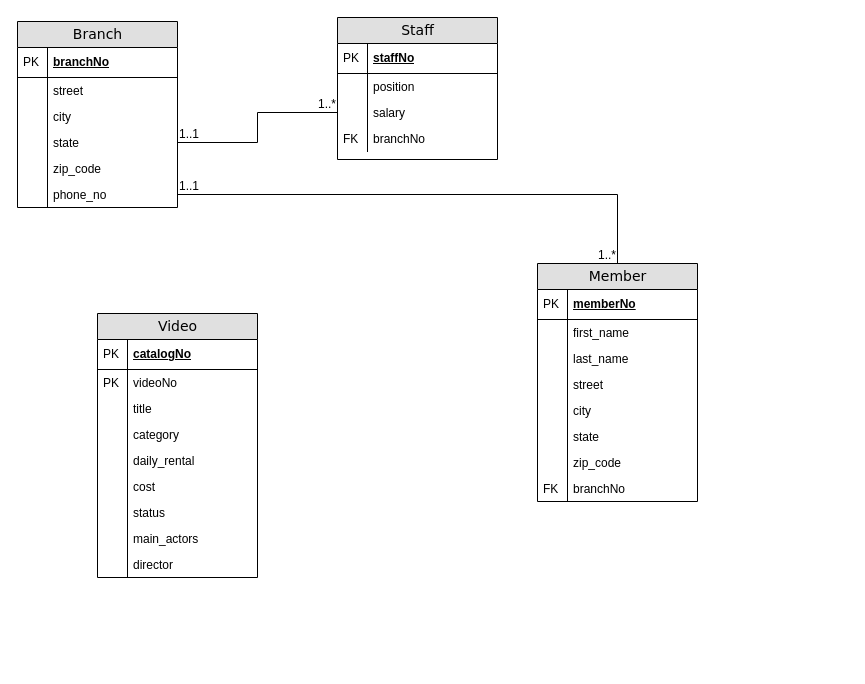
Before: 6623_phase1.drawio in jilv220/UMLs, a draw.io diagram. Source tidied: cells renumbered, new cells numbered last; positions are measured from the earlier drawing's top-left corner, leaving out a move shared by most shapes. Both pictures are drawn from the tidied source at 100%, with x=0, y=0 at pixel (17, 17).
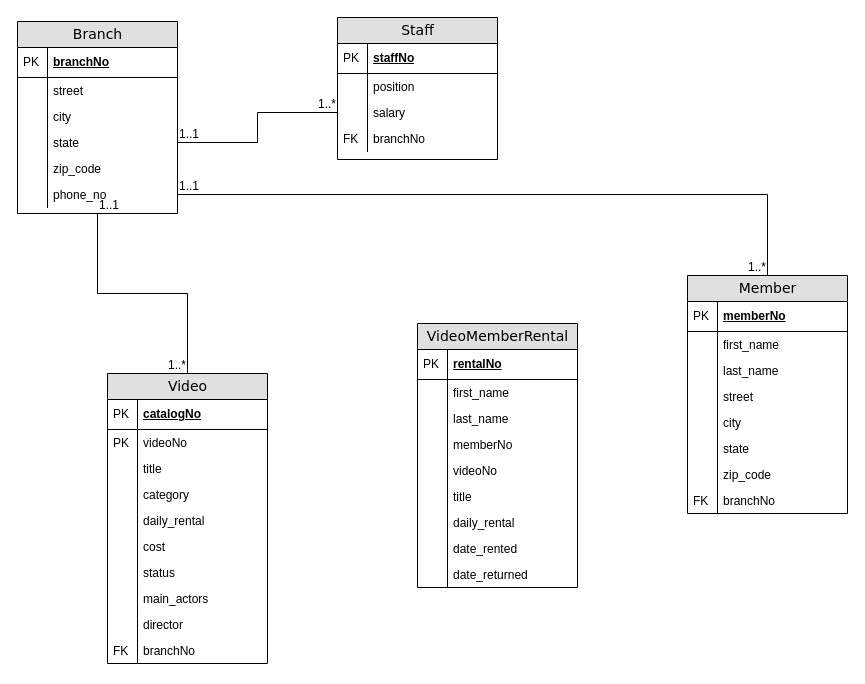
The same page after the edit.

The edit, as a diff of the source:
```diff
@@
     <mxCell id="2" value="Branch" style="swimlane;html=1;fontStyle=0;horizontal=1;startSize=26;fillColor=#e0e0e0;swimlaneFillColor=#ffffff;align=center;rounded=0;shadow=0;comic=0;labelBackgroundColor=none;strokeWidth=1;fontFamily=Verdana;fontSize=14;" parent="1" vertex="1">
-      <mxGeometry y="4" width="160" height="186" as="geometry" />
+      <mxGeometry y="4" width="160" height="192" as="geometry" />
     </mxCell>
@@
     <mxCell id="27" value="Member" style="swimlane;html=1;fontStyle=0;horizontal=1;startSize=26;fillColor=#e0e0e0;swimlaneFillColor=#ffffff;align=center;rounded=0;shadow=0;comic=0;labelBackgroundColor=none;strokeWidth=1;fontFamily=Verdana;fontSize=14;" parent="1" vertex="1">
-      <mxGeometry x="520" y="246" width="160" height="238" as="geometry" />
+      <mxGeometry x="670" y="258" width="160" height="238" as="geometry" />
     </mxCell>
@@
     <mxCell id="47" value="Video" style="swimlane;html=1;fontStyle=0;horizontal=1;startSize=26;fillColor=#e0e0e0;swimlaneFillColor=#ffffff;align=center;rounded=0;shadow=0;comic=0;labelBackgroundColor=none;strokeWidth=1;fontFamily=Verdana;fontSize=14;" parent="1" vertex="1">
-      <mxGeometry x="80" y="296" width="160" height="264" as="geometry" />
+      <mxGeometry x="90" y="356" width="160" height="290" as="geometry" />
     </mxCell>
@@
+    <mxCell id="66" value="branchNo" style="shape=partialRectangle;top=0;left=0;right=0;bottom=0;html=1;align=left;verticalAlign=top;fillColor=none;spacingLeft=34;spacingRight=4;whiteSpace=wrap;overflow=hidden;" parent="47" vertex="1">
+      <mxGeometry y="264" width="160" height="26" as="geometry" />
+    </mxCell>
+    <mxCell id="67" value="FK" style="shape=partialRectangle;top=0;left=0;bottom=0;html=1;fillColor=none;align=left;verticalAlign=top;spacingLeft=4;spacingRight=4;whiteSpace=wrap;overflow=hidden;" parent="66" vertex="1">
+      <mxGeometry width="30" height="26" as="geometry" />
+    </mxCell>
+    <mxCell id="68" style="endArrow=none;html=1;rounded=0;entryX=0.5;entryY=0;entryDx=0;entryDy=0;edgeStyle=orthogonalEdgeStyle;exitX=0.5;exitY=1;exitDx=0;exitDy=0;" parent="1" edge="1" source="2" target="47">
+      <mxGeometry relative="1" as="geometry" />
+    </mxCell>
+    <mxCell id="69" value="1..1" style="html=1;whiteSpace=wrap;align=left;verticalAlign=bottom;" parent="68" vertex="1">
+      <mxGeometry x="-1" relative="1" as="geometry" />
+    </mxCell>
+    <mxCell id="70" value="1..*" style="html=1;whiteSpace=wrap;align=right;verticalAlign=bottom;" parent="68" vertex="1">
+      <mxGeometry x="1" relative="1" as="geometry" />
+    </mxCell>
+    <mxCell id="71" value="VideoMemberRental" style="swimlane;html=1;fontStyle=0;horizontal=1;startSize=26;fillColor=#e0e0e0;swimlaneFillColor=#ffffff;align=center;rounded=0;shadow=0;comic=0;labelBackgroundColor=none;strokeWidth=1;fontFamily=Verdana;fontSize=14;" parent="1" vertex="1">
+      <mxGeometry x="400" y="306" width="160" height="264" as="geometry" />
+    </mxCell>
+    <mxCell id="72" value="rentalNo" style="shape=partialRectangle;top=0;left=0;right=0;bottom=1;html=1;align=left;verticalAlign=middle;fillColor=none;spacingLeft=34;spacingRight=4;whiteSpace=wrap;overflow=hidden;fontStyle=5;" parent="71" vertex="1">
+      <mxGeometry y="26" width="160" height="30" as="geometry" />
+    </mxCell>
+    <mxCell id="73" value="PK" style="shape=partialRectangle;top=0;left=0;bottom=0;html=1;fillColor=none;align=left;verticalAlign=middle;spacingLeft=4;spacingRight=4;whiteSpace=wrap;overflow=hidden;" parent="72" vertex="1">
+      <mxGeometry width="30" height="30" as="geometry" />
+    </mxCell>
+    <mxCell id="74" value="first_name" style="shape=partialRectangle;top=0;left=0;right=0;bottom=0;html=1;align=left;verticalAlign=top;fillColor=none;spacingLeft=34;spacingRight=4;whiteSpace=wrap;overflow=hidden;" parent="71" vertex="1">
+      <mxGeometry y="56" width="160" height="26" as="geometry" />
+    </mxCell>
+    <mxCell id="75" style="shape=partialRectangle;top=0;left=0;bottom=0;html=1;fillColor=none;align=left;verticalAlign=top;spacingLeft=4;spacingRight=4;whiteSpace=wrap;overflow=hidden;" parent="74" vertex="1">
+      <mxGeometry width="30" height="26" as="geometry" />
+    </mxCell>
+    <mxCell id="76" value="last_name" style="shape=partialRectangle;top=0;left=0;right=0;bottom=0;html=1;align=left;verticalAlign=top;fillColor=none;spacingLeft=34;spacingRight=4;whiteSpace=wrap;overflow=hidden;" parent="71" vertex="1">
+      <mxGeometry y="82" width="160" height="26" as="geometry" />
+    </mxCell>
+    <mxCell id="77" style="shape=partialRectangle;top=0;left=0;bottom=0;html=1;fillColor=none;align=left;verticalAlign=top;spacingLeft=4;spacingRight=4;whiteSpace=wrap;overflow=hidden;" parent="76" vertex="1">
+      <mxGeometry width="30" height="26" as="geometry" />
+    </mxCell>
+    <mxCell id="78" value="memberNo" style="shape=partialRectangle;top=0;left=0;right=0;bottom=0;html=1;align=left;verticalAlign=top;fillColor=none;spacingLeft=34;spacingRight=4;whiteSpace=wrap;overflow=hidden;" parent="71" vertex="1">
+      <mxGeometry y="108" width="160" height="26" as="geometry" />
+    </mxCell>
+    <mxCell id="79" style="shape=partialRectangle;top=0;left=0;bottom=0;html=1;fillColor=none;align=left;verticalAlign=top;spacingLeft=4;spacingRight=4;whiteSpace=wrap;overflow=hidden;" parent="78" vertex="1">
+      <mxGeometry width="30" height="26" as="geometry" />
+    </mxCell>
+    <mxCell id="80" value="videoNo" style="shape=partialRectangle;top=0;left=0;right=0;bottom=0;html=1;align=left;verticalAlign=top;fillColor=none;spacingLeft=34;spacingRight=4;whiteSpace=wrap;overflow=hidden;" parent="71" vertex="1">
+      <mxGeometry y="134" width="160" height="26" as="geometry" />
+    </mxCell>
+    <mxCell id="81" style="shape=partialRectangle;top=0;left=0;bottom=0;html=1;fillColor=none;align=left;verticalAlign=top;spacingLeft=4;spacingRight=4;whiteSpace=wrap;overflow=hidden;" parent="80" vertex="1">
+      <mxGeometry width="30" height="26" as="geometry" />
+    </mxCell>
+    <mxCell id="82" value="title" style="shape=partialRectangle;top=0;left=0;right=0;bottom=0;html=1;align=left;verticalAlign=top;fillColor=none;spacingLeft=34;spacingRight=4;whiteSpace=wrap;overflow=hidden;" parent="71" vertex="1">
+      <mxGeometry y="160" width="160" height="26" as="geometry" />
+    </mxCell>
+    <mxCell id="83" style="shape=partialRectangle;top=0;left=0;bottom=0;html=1;fillColor=none;align=left;verticalAlign=top;spacingLeft=4;spacingRight=4;whiteSpace=wrap;overflow=hidden;" parent="82" vertex="1">
+      <mxGeometry width="30" height="26" as="geometry" />
+    </mxCell>
+    <mxCell id="84" value="daily_rental" style="shape=partialRectangle;top=0;left=0;right=0;bottom=0;html=1;align=left;verticalAlign=top;fillColor=none;spacingLeft=34;spacingRight=4;whiteSpace=wrap;overflow=hidden;" parent="71" vertex="1">
+      <mxGeometry y="186" width="160" height="26" as="geometry" />
+    </mxCell>
+    <mxCell id="85" style="shape=partialRectangle;top=0;left=0;bottom=0;html=1;fillColor=none;align=left;verticalAlign=top;spacingLeft=4;spacingRight=4;whiteSpace=wrap;overflow=hidden;" parent="84" vertex="1">
+      <mxGeometry width="30" height="26" as="geometry" />
+    </mxCell>
+    <mxCell id="86" value="date_rented" style="shape=partialRectangle;top=0;left=0;right=0;bottom=0;html=1;align=left;verticalAlign=top;fillColor=none;spacingLeft=34;spacingRight=4;whiteSpace=wrap;overflow=hidden;" parent="71" vertex="1">
+      <mxGeometry y="212" width="160" height="26" as="geometry" />
+    </mxCell>
+    <mxCell id="87" style="shape=partialRectangle;top=0;left=0;bottom=0;html=1;fillColor=none;align=left;verticalAlign=top;spacingLeft=4;spacingRight=4;whiteSpace=wrap;overflow=hidden;" parent="86" vertex="1">
+      <mxGeometry width="30" height="26" as="geometry" />
+    </mxCell>
+    <mxCell id="88" value="date_returned" style="shape=partialRectangle;top=0;left=0;right=0;bottom=0;html=1;align=left;verticalAlign=top;fillColor=none;spacingLeft=34;spacingRight=4;whiteSpace=wrap;overflow=hidden;" parent="71" vertex="1">
+      <mxGeometry y="238" width="160" height="26" as="geometry" />
+    </mxCell>
+    <mxCell id="89" style="shape=partialRectangle;top=0;left=0;bottom=0;html=1;fillColor=none;align=left;verticalAlign=top;spacingLeft=4;spacingRight=4;whiteSpace=wrap;overflow=hidden;" parent="88" vertex="1">
+      <mxGeometry width="30" height="26" as="geometry" />
+    </mxCell>
```
